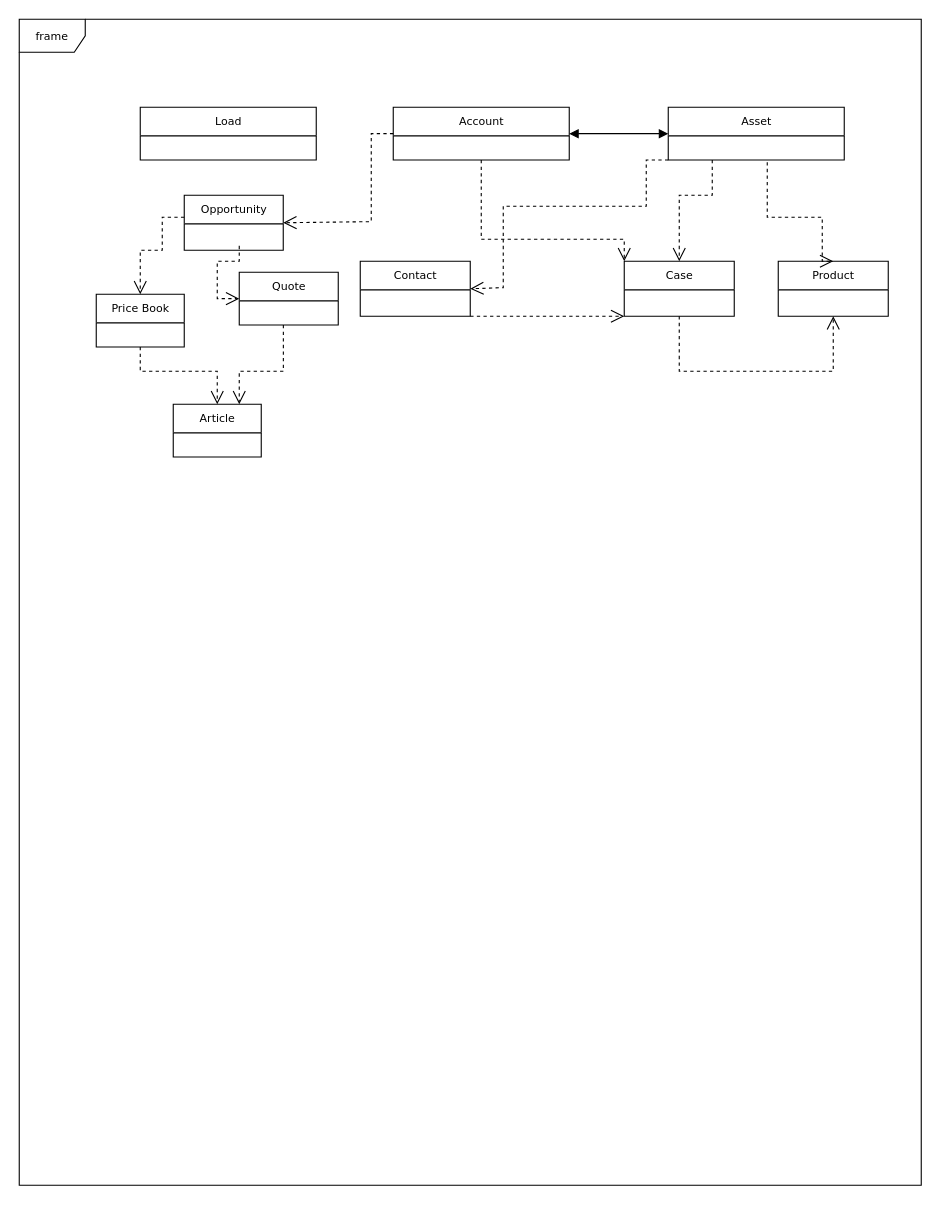
The draw.io diagram Untitled Diagram.drawio in IngDanielAceves/Daniel, before the edit. Source tidied: cells renumbered, new cells numbered last; positions are measured from the earlier drawing's top-left corner, leaving out a move shared by most shapes. Both pictures are drawn from the tidied source at 110%, with x=0, y=0 at pixel (19, 19).
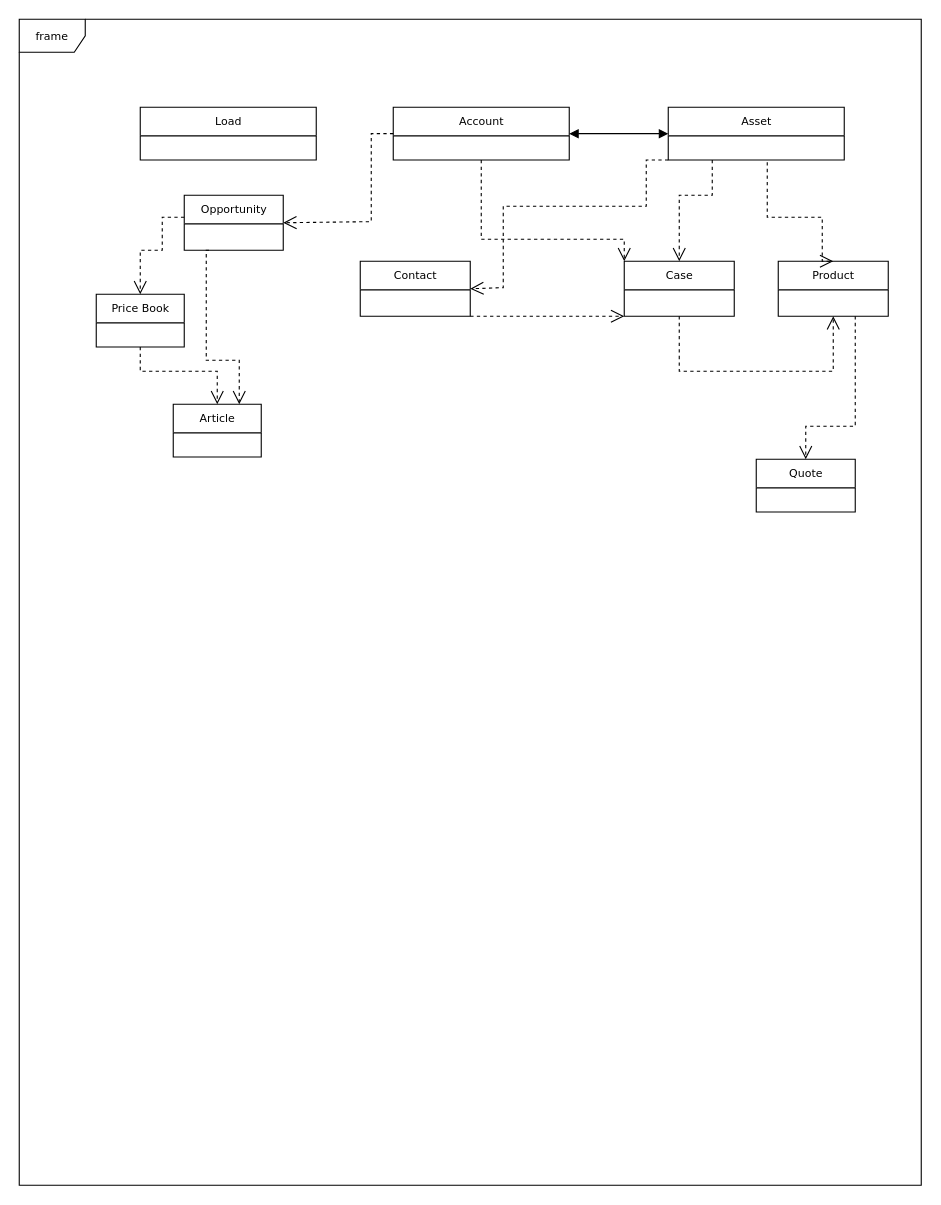
After the change.

Unchanged cells that the change refers to:
```xml
<mxCell id="8" value="Opportunity" style="swimlane;html=1;fontStyle=0;horizontal=1;startSize=26;fillColor=none;swimlaneFillColor=#ffffff;rounded=0;shadow=0;comic=0;labelBackgroundColor=none;strokeWidth=1;fontFamily=Verdana;fontSize=10;align=center;" parent="1" vertex="1">
  <mxGeometry x="150" y="160" width="90" height="50" as="geometry" />
</mxCell>
<mxCell id="22" value="Article" style="swimlane;html=1;fontStyle=0;horizontal=1;startSize=26;fillColor=none;swimlaneFillColor=#ffffff;rounded=0;shadow=0;comic=0;labelBackgroundColor=none;strokeWidth=1;fontFamily=Verdana;fontSize=10;align=center;" parent="1" vertex="1">
  <mxGeometry x="140" y="350" width="80" height="48" as="geometry" />
</mxCell>
```

Change to the diagram source:
```diff
@@
     <mxCell id="20" value="Quote" style="swimlane;html=1;fontStyle=0;horizontal=1;startSize=26;fillColor=none;swimlaneFillColor=#ffffff;rounded=0;shadow=0;comic=0;labelBackgroundColor=none;strokeWidth=1;fontFamily=Verdana;fontSize=10;align=center;" parent="1" vertex="1">
-      <mxGeometry x="200" y="230" width="90" height="48" as="geometry" />
+      <mxGeometry x="670" y="400" width="90" height="48" as="geometry" />
     </mxCell>
-    <mxCell id="21" style="edgeStyle=orthogonalEdgeStyle;rounded=0;html=1;dashed=1;labelBackgroundColor=none;startFill=0;endArrow=open;endFill=0;endSize=10;fontFamily=Verdana;fontSize=10;exitX=0.25;exitY=1;exitDx=0;exitDy=0;entryX=0;entryY=0.5;entryDx=0;entryDy=0;" parent="1" edge="1" target="20">
-      <mxGeometry relative="1" as="geometry">
-        <mxPoint x="200" y="206" as="sourcePoint" />
-        <Array as="points">
-          <mxPoint x="200" y="220" />
-          <mxPoint x="180" y="220" />
-          <mxPoint x="180" y="254" />
-        </Array>
-      </mxGeometry>
-    </mxCell>
@@
-    <mxCell id="24" style="edgeStyle=orthogonalEdgeStyle;rounded=0;html=1;exitX=0.5;exitY=1;dashed=1;labelBackgroundColor=none;startFill=0;endArrow=open;endFill=0;endSize=10;fontFamily=Verdana;fontSize=10;exitDx=0;exitDy=0;entryX=0.75;entryY=0;entryDx=0;entryDy=0;" parent="1" edge="1" target="22">
+    <mxCell id="24" style="edgeStyle=orthogonalEdgeStyle;rounded=0;html=1;exitX=0.25;exitY=1;dashed=1;labelBackgroundColor=none;startFill=0;endArrow=open;endFill=0;endSize=10;fontFamily=Verdana;fontSize=10;exitDx=0;exitDy=0;entryX=0.75;entryY=0;entryDx=0;entryDy=0;" parent="1" edge="1" source="8" target="22">
       <mxGeometry relative="1" as="geometry">
-        <mxPoint x="240.1" y="278" as="sourcePoint" />
         <Array as="points">
-          <mxPoint x="240" y="320" />
-          <mxPoint x="200" y="320" />
+          <mxPoint x="170" y="210" />
+          <mxPoint x="170" y="310" />
+          <mxPoint x="200" y="310" />
         </Array>
       </mxGeometry>
     </mxCell>
+    <mxCell id="25" style="edgeStyle=orthogonalEdgeStyle;rounded=0;html=1;dashed=1;labelBackgroundColor=none;startFill=0;endArrow=open;endFill=0;endSize=10;fontFamily=Verdana;fontSize=10;entryX=0.5;entryY=0;entryDx=0;entryDy=0;" parent="1" edge="1" target="20">
+      <mxGeometry relative="1" as="geometry">
+        <mxPoint x="760" y="270" as="sourcePoint" />
+        <Array as="points">
+          <mxPoint x="760" y="370" />
+          <mxPoint x="715" y="370" />
+        </Array>
+      </mxGeometry>
+    </mxCell>
```
